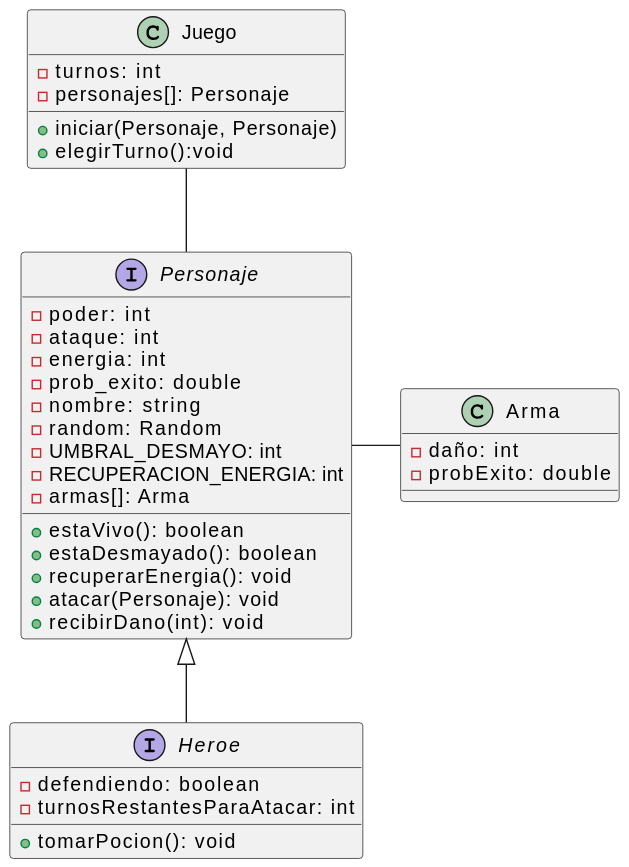
This is images/modelosUML/modelosUML/diagramaClases.svg from mmasias/23-24-IdSw2-SDD, a PlantUML export, as it was before one commit.
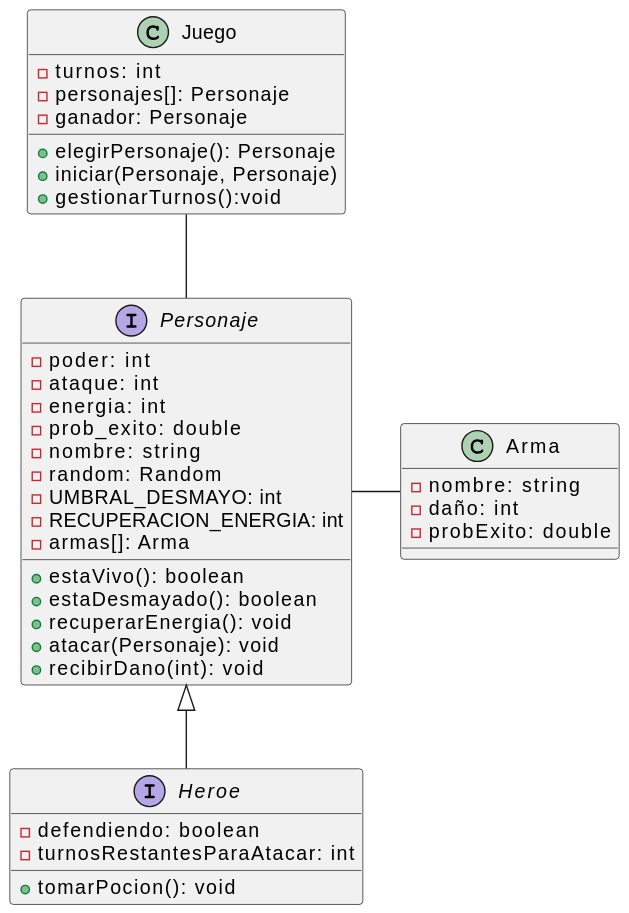
The same diagram one commit later.

Commit message:
Ajustes diagrama clases

Change to the diagram source:
```diff
@@ -2,8 +2,10 @@
 class Juego{
   - turnos: int
   - personajes[]: Personaje
+  - ganador: Personaje
+  + elegirPersonaje(): Personaje
   + iniciar(Personaje, Personaje)
-  + elegirTurno():void
+  + gestionarTurnos():void
 }
 
 interface Personaje{
@@ -30,6 +32,7 @@
 }
 
 class Arma {
+  - nombre: string
   - daño: int
   - probExito: double
 }
```
